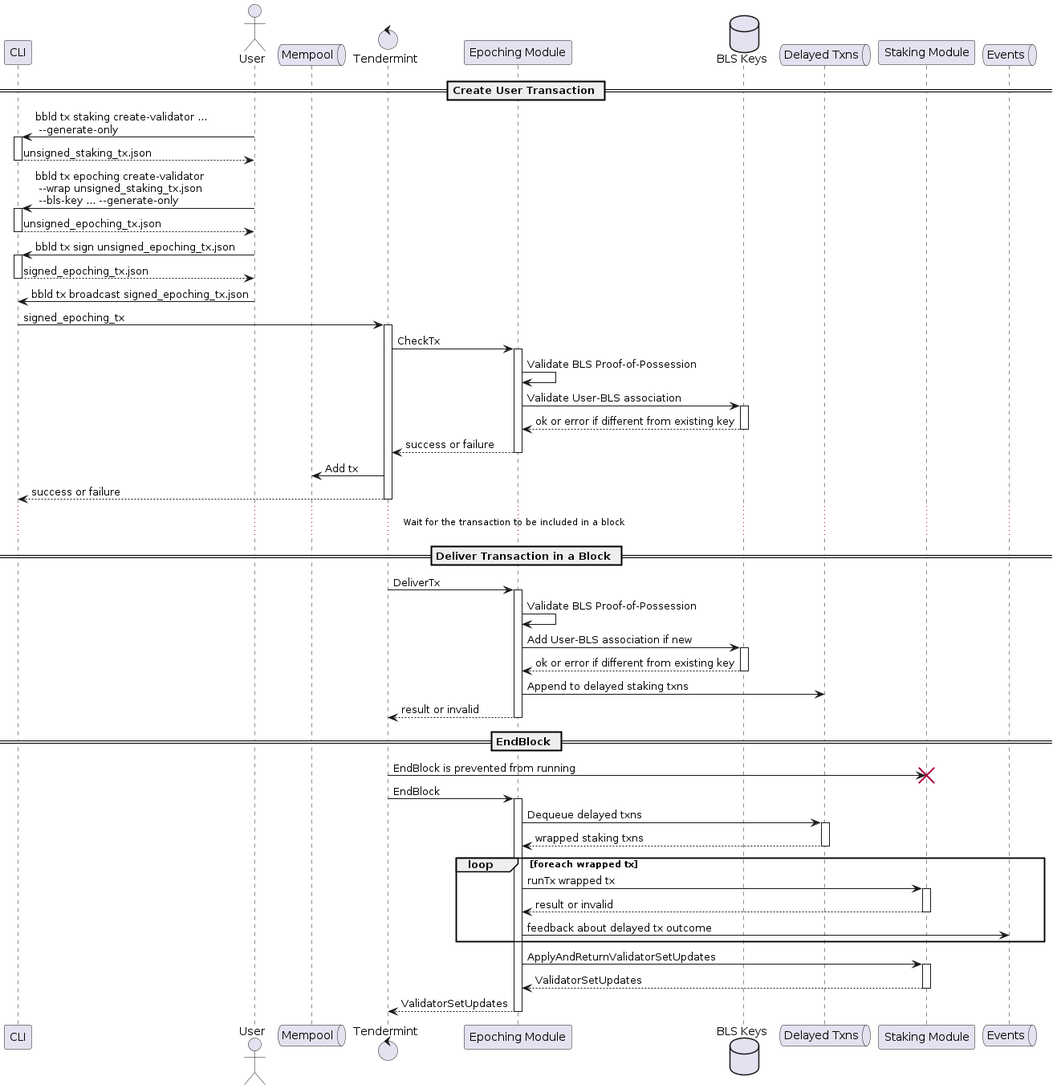
Earlier version of the PlantUML export docs/diagrams/validator_registration.png (babylonchain/babylon).
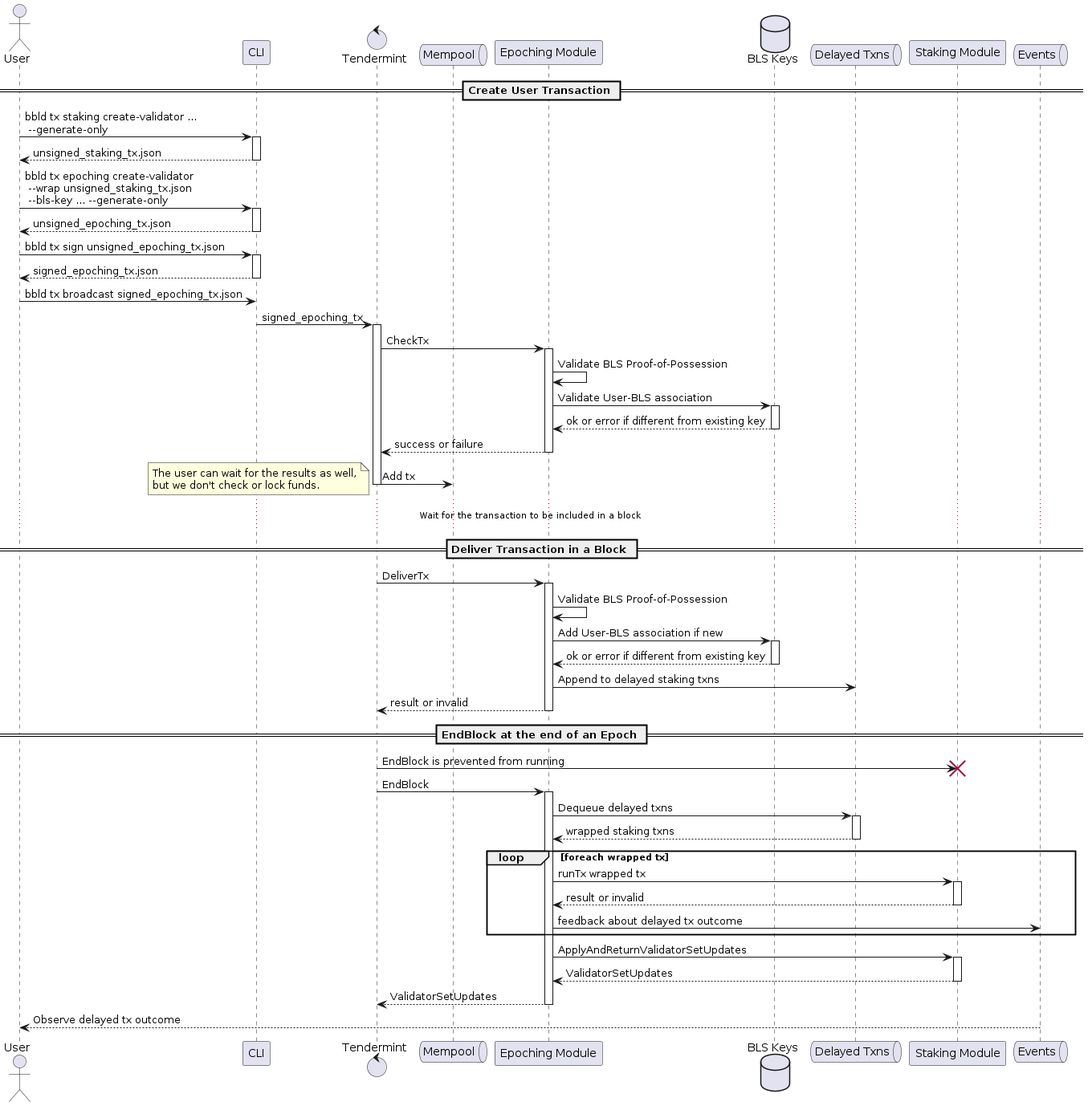
The same diagram one commit later.

The edit, as a diff of the source:
```diff
@@ -1,8 +1,8 @@
 @startuml Validator Registration
+actor       User
 participant CLI
-actor       User
+control     Tendermint
 queue       Mempool
-control     Tendermint
 participant "Epoching Module" as epoching
 database    "BLS Keys"        as blskeys
 queue       "Delayed Txns"    as delayedtx
@@ -17,8 +17,7 @@
 return unsigned_epoching_tx.json
 User -> CLI ++ : bbld tx sign unsigned_epoching_tx.json
 return signed_epoching_tx.json
-User -> CLI    : bbld tx broadcast signed_epoching_tx.json
-
+User -> CLI : bbld tx broadcast signed_epoching_tx.json
 
 CLI -> Tendermint ++ : signed_epoching_tx
 Tendermint -> epoching ++ : CheckTx
@@ -27,7 +26,11 @@
 return ok or error if different from existing key
 return success or failure
 Tendermint -> Mempool : Add tx
-return success or failure
+deactivate Tendermint
+note left
+  The user can wait for the results as well,
+  but we don't check or lock funds.
+end note
 
 ... Wait for the transaction to be included in a block ...
 
@@ -40,7 +43,7 @@
 epoching -> delayedtx : Append to delayed staking txns
 return result or invalid
 
-== EndBlock ==
+== EndBlock at the end of an Epoch ==
 
 Tendermint -> staking !! : EndBlock is prevented from running
 Tendermint -> epoching ++ : EndBlock
@@ -55,4 +58,6 @@
 return ValidatorSetUpdates
 return ValidatorSetUpdates
 
+Events --> User : Observe delayed tx outcome
+
 @enduml
```
